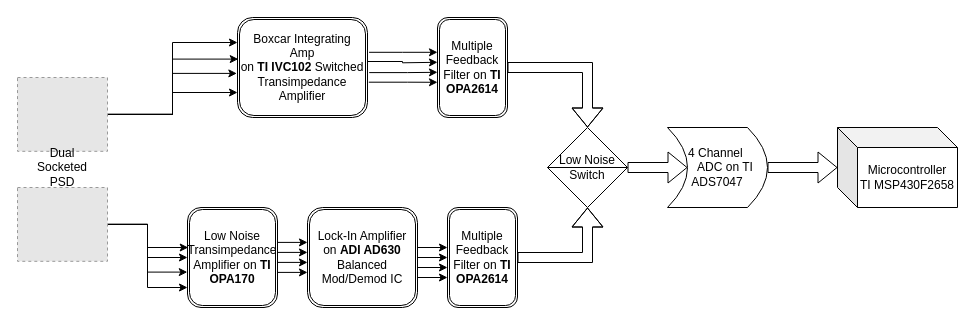
Above: PCLETS Diagram.drawio in arware/AGfup (draw.io), before the change. Source tidied: cells renumbered, new cells numbered last; positions are measured from the earlier drawing's top-left corner, leaving out a move shared by most shapes. Both pictures are drawn from the tidied source at 100%, with x=0, y=0 at pixel (17, 17). Pictures stored in the file or linked from it are replaced by grey dashed boxes.
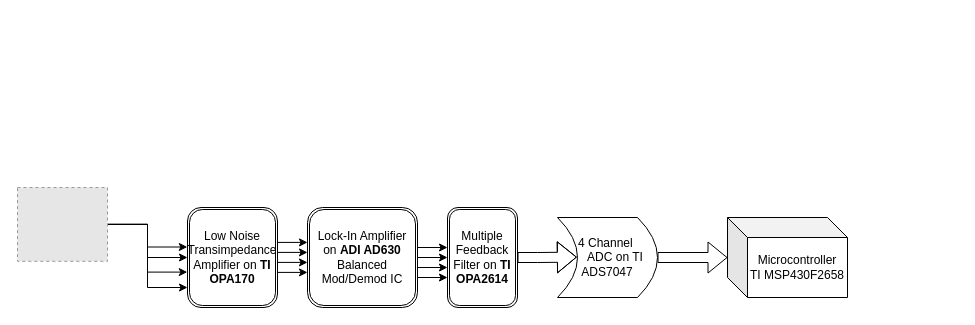
The same diagram, later.

Unchanged cells that the change refers to:
```xml
<mxCell id="13" style="fillColor=#E6E6E6;strokeColor=#999999;dashed=1;html=1;verticalLabelPosition=bottom;verticalAlign=top;" parent="1" vertex="1">
  <mxGeometry y="170" width="90" height="73.8" as="geometry" />
</mxCell>
<mxCell id="14" value="Low Noise Transimpedance &lt;br&gt;Amplifier on &lt;b&gt;TI OPA170&lt;/b&gt;" style="shape=ext;double=1;rounded=1;whiteSpace=wrap;html=1;" parent="1" vertex="1">
  <mxGeometry x="170" y="190" width="90" height="100" as="geometry" />
</mxCell>
<mxCell id="22" value="&lt;div&gt;Multiple Feedback Filter on &lt;b&gt;TI OPA2614&lt;/b&gt;&lt;/div&gt;" style="shape=ext;double=1;rounded=1;whiteSpace=wrap;html=1;" parent="1" vertex="1">
  <mxGeometry x="430" y="190" width="70" height="100" as="geometry" />
</mxCell>
```

Change to the diagram source:
```diff
@@
-    <mxCell id="2" style="edgeStyle=orthogonalEdgeStyle;rounded=0;jettySize=auto;html=1;entryX=0.006;entryY=0.416;entryDx=0;entryDy=0;entryPerimeter=0;" parent="1" edge="1" source="6" target="7">
-      <mxGeometry relative="1" as="geometry" />
-    </mxCell>
-    <mxCell id="3" style="edgeStyle=orthogonalEdgeStyle;rounded=0;jettySize=auto;html=1;entryX=0;entryY=0.25;entryDx=0;entryDy=0;" parent="1" edge="1" source="6" target="7">
-      <mxGeometry relative="1" as="geometry" />
-    </mxCell>
-    <mxCell id="4" style="edgeStyle=orthogonalEdgeStyle;rounded=0;jettySize=auto;html=1;entryX=0;entryY=0.75;entryDx=0;entryDy=0;" parent="1" edge="1" source="6" target="7">
-      <mxGeometry relative="1" as="geometry" />
-    </mxCell>
-    <mxCell id="5" style="edgeStyle=orthogonalEdgeStyle;rounded=0;jettySize=auto;html=1;entryX=-0.005;entryY=0.559;entryDx=0;entryDy=0;entryPerimeter=0;" parent="1" edge="1" source="6" target="7">
-      <mxGeometry relative="1" as="geometry" />
-    </mxCell>
-    <mxCell id="6" style="fillColor=#E6E6E6;strokeColor=#999999;dashed=1;html=1;verticalLabelPosition=bottom;verticalAlign=top;" parent="1" vertex="1">
-      <mxGeometry y="60" width="90" height="73.8" as="geometry" />
-    </mxCell>
-    <mxCell id="7" value="&lt;div&gt;Boxcar Integrating Amp&lt;br&gt;&lt;/div&gt;&lt;div&gt;on &lt;b&gt;TI IVC102 &lt;/b&gt;Switched Transimpedance &lt;br&gt;&lt;/div&gt;Amplifier" style="shape=ext;double=1;rounded=1;whiteSpace=wrap;html=1;" parent="1" vertex="1">
-      <mxGeometry x="220" width="130" height="100" as="geometry" />
-    </mxCell>
-    <mxCell id="8" value="Dual Socketed PSD" style="text;html=1;strokeColor=none;fillColor=none;align=center;verticalAlign=middle;whiteSpace=wrap;overflow=hidden;" parent="1" vertex="1">
-      <mxGeometry x="5" y="110" width="80" height="80" as="geometry" />
-    </mxCell>
-    <mxCell id="9" style="edgeStyle=orthogonalEdgeStyle;rounded=0;jettySize=auto;html=1;entryX=0.008;entryY=0.4;entryDx=0;entryDy=0;entryPerimeter=0;" parent="1" edge="1" source="13" target="14">
+    <mxCell id="9" style="edgeStyle=orthogonalEdgeStyle;rounded=0;jettySize=auto;html=1;entryX=-0.002;entryY=0.395;entryDx=0;entryDy=0;entryPerimeter=0;" parent="1" edge="1" source="13" target="14">
       <mxGeometry relative="1" as="geometry">
         <Array as="points">
           <mxPoint x="130" y="207" />
-          <mxPoint x="130" y="230" />
+          <mxPoint x="130" y="229" />
         </Array>
       </mxGeometry>
     </mxCell>
@@
-    <mxCell id="17" style="edgeStyle=orthogonalEdgeStyle;shape=flexArrow;rounded=0;jettySize=auto;html=1;entryX=0.8;entryY=0.5;entryDx=0;entryDy=0;entryPerimeter=0;" parent="1" edge="1" source="18" target="35">
-      <mxGeometry relative="1" as="geometry" />
-    </mxCell>
-    <mxCell id="18" value="Low Noise Switch" style="shape=sortShape;perimeter=rhombusPerimeter;whiteSpace=wrap;html=1;" parent="1" vertex="1">
-      <mxGeometry x="530" y="110" width="80" height="80" as="geometry" />
-    </mxCell>
-    <mxCell id="19" style="edgeStyle=orthogonalEdgeStyle;rounded=0;jettySize=auto;html=1;shape=flexArrow;" parent="1" edge="1" source="20" target="18">
-      <mxGeometry relative="1" as="geometry" />
-    </mxCell>
-    <mxCell id="20" value="&lt;div&gt;Multiple Feedback Filter on &lt;b&gt;TI OPA2614&lt;/b&gt;&lt;br&gt;&lt;/div&gt;" style="shape=ext;double=1;rounded=1;whiteSpace=wrap;html=1;" parent="1" vertex="1">
-      <mxGeometry x="420" width="70" height="100" as="geometry" />
-    </mxCell>
-    <mxCell id="21" style="edgeStyle=orthogonalEdgeStyle;rounded=0;jettySize=auto;html=1;entryX=0.5;entryY=1;entryDx=0;entryDy=0;shape=flexArrow;" parent="1" edge="1" source="22" target="18">
-      <mxGeometry relative="1" as="geometry" />
-    </mxCell>
+    <mxCell id="37" style="edgeStyle=orthogonalEdgeStyle;rounded=0;jettySize=auto;html=1;shape=flexArrow;entryX=0.806;entryY=0.495;entryDx=0;entryDy=0;entryPerimeter=0;" parent="1" edge="1" source="22" target="35">
+      <mxGeometry relative="1" as="geometry" />
+    </mxCell>
@@
-    <mxCell id="26" style="edgeStyle=orthogonalEdgeStyle;rounded=0;jettySize=auto;html=1;entryX=0;entryY=0.5;entryDx=0;entryDy=0;exitX=1;exitY=0.44;exitDx=0;exitDy=0;exitPerimeter=0;" parent="1" edge="1" source="7">
-      <mxGeometry relative="1" as="geometry">
-        <mxPoint x="420" y="44.8" as="targetPoint" />
-      </mxGeometry>
-    </mxCell>
-    <mxCell id="27" style="edgeStyle=orthogonalEdgeStyle;rounded=0;jettySize=auto;html=1;entryX=0;entryY=0.5;entryDx=0;entryDy=0;exitX=1.013;exitY=0.551;exitDx=0;exitDy=0;exitPerimeter=0;" parent="1" edge="1" source="7">
-      <mxGeometry relative="1" as="geometry">
-        <mxPoint x="420" y="54.8" as="targetPoint" />
-        <Array as="points">
-          <mxPoint x="390" y="55" />
-        </Array>
-      </mxGeometry>
-    </mxCell>
-    <mxCell id="28" style="edgeStyle=orthogonalEdgeStyle;rounded=0;jettySize=auto;html=1;entryX=0;entryY=0.5;entryDx=0;entryDy=0;exitX=1.01;exitY=0.647;exitDx=0;exitDy=0;exitPerimeter=0;" parent="1" edge="1" source="7">
-      <mxGeometry relative="1" as="geometry">
-        <mxPoint x="420" y="64.8" as="targetPoint" />
-        <Array as="points">
-          <mxPoint x="390" y="65" />
-        </Array>
-      </mxGeometry>
-    </mxCell>
-    <mxCell id="29" style="edgeStyle=orthogonalEdgeStyle;rounded=0;jettySize=auto;html=1;entryX=0;entryY=0.5;entryDx=0;entryDy=0;exitX=1.012;exitY=0.348;exitDx=0;exitDy=0;exitPerimeter=0;" parent="1" edge="1" source="7">
-      <mxGeometry relative="1" as="geometry">
-        <mxPoint x="420" y="34.8" as="targetPoint" />
-      </mxGeometry>
-    </mxCell>
@@
     <mxCell id="35" value="&lt;div&gt;4 Channel&amp;nbsp;&lt;/div&gt;&lt;div&gt;&amp;nbsp;&amp;nbsp;&amp;nbsp;&amp;nbsp; ADC on TI &lt;br&gt;&lt;/div&gt;&lt;div&gt;ADS7047&lt;/div&gt;" style="shape=dataStorage;whiteSpace=wrap;html=1;fixedSize=1;flipH=1;" parent="1" vertex="1">
-      <mxGeometry x="650" y="110" width="100" height="80" as="geometry" />
+      <mxGeometry x="540" y="200" width="100" height="80" as="geometry" />
     </mxCell>
     <mxCell id="36" value="&lt;div&gt;Microcontroller&lt;/div&gt;&lt;div&gt;TI MSP430F2658&lt;br&gt;&lt;/div&gt;" style="shape=cube;whiteSpace=wrap;html=1;boundedLbl=1;backgroundOutline=1;darkOpacity=0.05;darkOpacity2=0.1;" parent="1" vertex="1">
-      <mxGeometry x="820" y="110" width="120" height="80" as="geometry" />
+      <mxGeometry x="710" y="200" width="120" height="80" as="geometry" />
     </mxCell>
```
